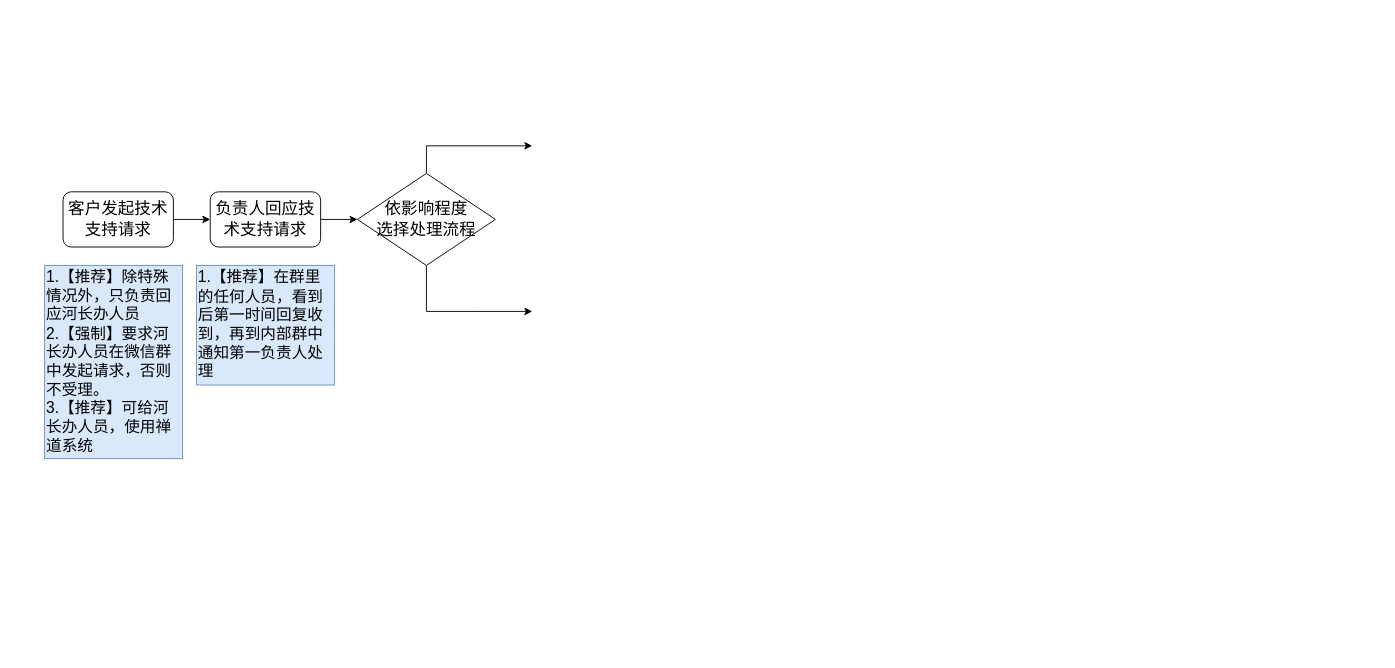
Before: Untitled Diagram.drawio in chbambooshoot/digram, a draw.io diagram. Source tidied: cells renumbered, new cells numbered last; positions are measured from the earlier drawing's top-left corner, leaving out a move shared by most shapes. Both pictures are drawn from the tidied source at 92%, with x=0, y=0 at pixel (44, 145).
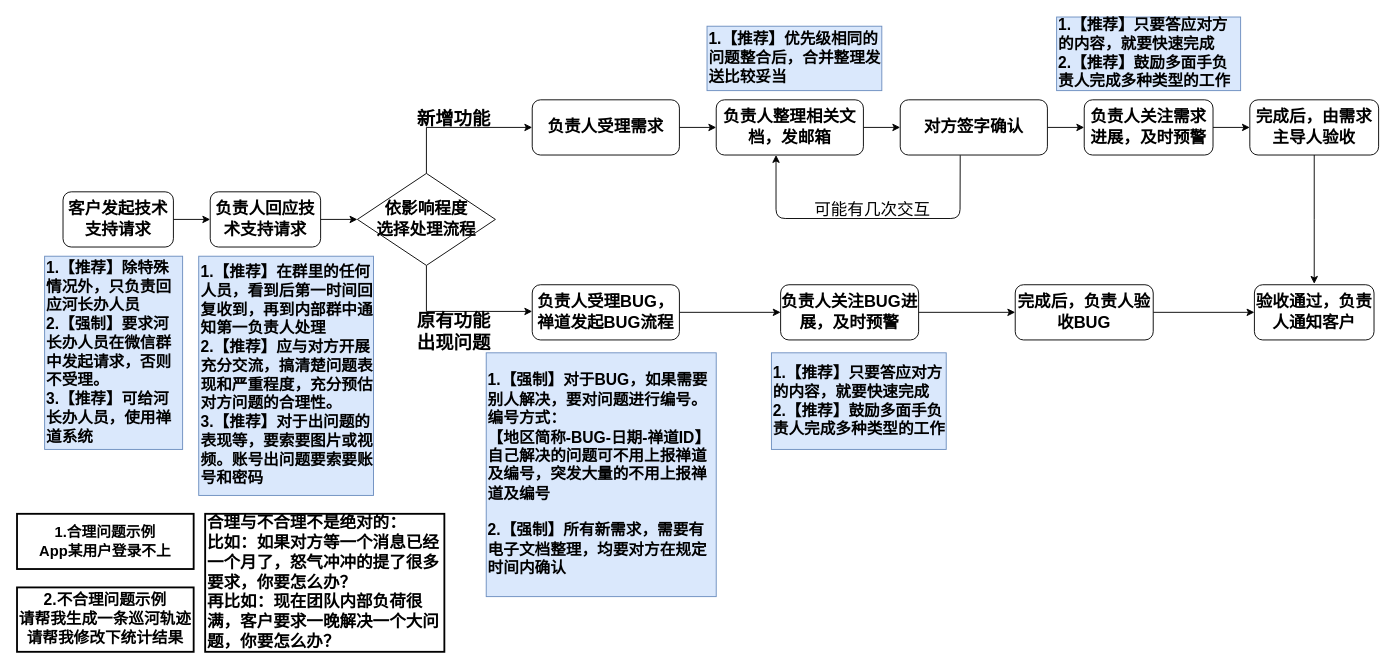
Above is the later version.

The edit, as a diff of the source:
```diff
@@
-    <mxCell id="2" style="edgeStyle=orthogonalEdgeStyle;rounded=0;jettySize=auto;html=1;" parent="1" edge="1" source="3" target="5">
+    <mxCell id="2" style="edgeStyle=orthogonalEdgeStyle;rounded=0;jettySize=auto;html=1;fontStyle=1;" parent="1" edge="1" source="3" target="5">
       <mxGeometry relative="1" as="geometry" />
     </mxCell>
-    <mxCell id="3" value="&lt;font style=&quot;font-size: 18px&quot;&gt;客户发起技术支持请求&lt;br&gt;&lt;/font&gt;" style="rounded=1;whiteSpace=wrap;html=1;" parent="1" vertex="1">
+    <mxCell id="3" value="&lt;font style=&quot;font-size: 18px&quot;&gt;客户发起技术支持请求&lt;br&gt;&lt;/font&gt;" style="rounded=1;whiteSpace=wrap;html=1;fontStyle=1;" parent="1" vertex="1">
       <mxGeometry x="20" y="50" width="120" height="60" as="geometry" />
     </mxCell>
-    <mxCell id="4" style="edgeStyle=orthogonalEdgeStyle;rounded=0;jettySize=auto;html=1;" parent="1" edge="1" source="5">
+    <mxCell id="4" style="edgeStyle=orthogonalEdgeStyle;rounded=0;jettySize=auto;html=1;fontStyle=1;" parent="1" edge="1" source="5">
       <mxGeometry relative="1" as="geometry">
         <mxPoint x="340" y="80" as="targetPoint" />
       </mxGeometry>
     </mxCell>
-    <mxCell id="5" value="&lt;font style=&quot;font-size: 18px&quot;&gt;负责人回应技术支持请求&lt;br&gt;&lt;/font&gt;" style="rounded=1;whiteSpace=wrap;html=1;" parent="1" vertex="1">
+    <mxCell id="5" value="&lt;font style=&quot;font-size: 18px&quot;&gt;负责人回应技术支持请求&lt;br&gt;&lt;/font&gt;" style="rounded=1;whiteSpace=wrap;html=1;fontStyle=1;" parent="1" vertex="1">
       <mxGeometry x="180" y="50" width="120" height="60" as="geometry" />
     </mxCell>
-    <mxCell id="6" style="edgeStyle=orthogonalEdgeStyle;rounded=0;jettySize=auto;html=1;" parent="1" edge="1" source="8">
+    <mxCell id="6" style="edgeStyle=orthogonalEdgeStyle;rounded=0;jettySize=auto;html=1;fontStyle=1;" parent="1" edge="1" source="8">
       <mxGeometry relative="1" as="geometry">
-        <mxPoint x="530" as="targetPoint" />
+        <mxPoint x="530" y="-20" as="targetPoint" />
         <Array as="points">
-          <mxPoint x="415" />
+          <mxPoint x="415" y="-20" />
+          <mxPoint x="530" y="-20" />
         </Array>
       </mxGeometry>
     </mxCell>
-    <mxCell id="7" style="edgeStyle=orthogonalEdgeStyle;rounded=0;jettySize=auto;html=1;" parent="1" edge="1" source="8">
+    <mxCell id="7" style="edgeStyle=orthogonalEdgeStyle;rounded=0;jettySize=auto;html=1;fontStyle=1;" parent="1" edge="1" source="8">
       <mxGeometry relative="1" as="geometry">
         <mxPoint x="530" y="180" as="targetPoint" />
         <Array as="points">
           <mxPoint x="415" y="180" />
           <mxPoint x="470" y="180" />
         </Array>
       </mxGeometry>
     </mxCell>
-    <mxCell id="8" value="&lt;span style=&quot;font-size: 18px&quot;&gt;依影响程度&lt;br&gt;选择处理流程&lt;br&gt;&lt;/span&gt;" style="rhombus;whiteSpace=wrap;html=1;" parent="1" vertex="1">
+    <mxCell id="8" value="&lt;span style=&quot;font-size: 18px&quot;&gt;依影响程度&lt;br&gt;选择处理流程&lt;br&gt;&lt;/span&gt;" style="rhombus;whiteSpace=wrap;html=1;fontStyle=1;" parent="1" vertex="1">
       <mxGeometry x="340" y="30" width="150" height="100" as="geometry" />
     </mxCell>
-    <mxCell id="9" value="&lt;font style=&quot;font-size: 17px&quot;&gt;1.【推荐】除特殊情况外，只负责回应河长办人员&lt;br&gt;2.【强制】要求河长办人员在微信群中发起请求，否则不受理。&lt;br&gt;3.【推荐】可给河长办人员，使用禅道系统&lt;br&gt;&lt;/font&gt;" style="rounded=0;whiteSpace=wrap;html=1;align=left;fillColor=#dae8fc;strokeColor=#6c8ebf;" parent="1" vertex="1">
-      <mxGeometry y="130" width="150" height="210" as="geometry" />
+    <mxCell id="9" value="&lt;font style=&quot;font-size: 17px&quot;&gt;1.【推荐】除特殊情况外，只负责回应河长办人员&lt;br&gt;2.【强制】要求河长办人员在微信群中发起请求，否则不受理。&lt;br&gt;3.【推荐】可给河长办人员，使用禅道系统&lt;br&gt;&lt;/font&gt;" style="rounded=0;whiteSpace=wrap;html=1;align=left;fillColor=#dae8fc;strokeColor=#6c8ebf;fontStyle=1;" parent="1" vertex="1">
+      <mxGeometry y="120" width="150" height="210" as="geometry" />
     </mxCell>
-    <mxCell id="10" value="&lt;font style=&quot;font-size: 17px&quot;&gt;1.【推荐】在群里的任何人员，看到后第一时间回复收到，再到内部群中通知第一负责人处理&lt;br&gt;&lt;/font&gt;" style="rounded=0;whiteSpace=wrap;html=1;align=left;fillColor=#dae8fc;strokeColor=#6c8ebf;" parent="1" vertex="1">
-      <mxGeometry x="165" y="130" width="150" height="130" as="geometry" />
+    <mxCell id="10" value="&lt;font style=&quot;font-size: 17px&quot;&gt;1.【推荐】在群里的任何人员，看到后第一时间回复收到，再到内部群中通知第一负责人处理&lt;br&gt;2.【推荐】应与对方开展充分交流，搞清楚问题表现和严重程度，充分预估对方问题的合理性。&lt;br&gt;3.【推荐】对于出问题的表现等，要索要图片或视频。账号出问题要索要账号和密码&lt;br&gt;&lt;/font&gt;" style="rounded=0;whiteSpace=wrap;html=1;align=left;fillColor=#dae8fc;strokeColor=#6c8ebf;fontStyle=1;" parent="1" vertex="1">
+      <mxGeometry x="167.5" y="120" width="190" height="260" as="geometry" />
     </mxCell>
+    <mxCell id="11" value="新增功能" style="text;html=1;strokeColor=none;fillColor=none;align=center;verticalAlign=middle;whiteSpace=wrap;rounded=0;fontSize=20;fontStyle=1;" parent="1" vertex="1">
+      <mxGeometry x="350" y="-40" width="190" height="20" as="geometry" />
+    </mxCell>
+    <mxCell id="12" value="原有功能&lt;br&gt;出现问题" style="text;html=1;strokeColor=none;fillColor=none;align=center;verticalAlign=middle;whiteSpace=wrap;rounded=0;fontSize=20;fontStyle=1;" parent="1" vertex="1">
+      <mxGeometry x="350" y="191" width="190" height="20" as="geometry" />
+    </mxCell>
+    <mxCell id="13" style="edgeStyle=orthogonalEdgeStyle;rounded=0;jettySize=auto;html=1;fontSize=20;fontStyle=1;" parent="1" edge="1" source="14" target="16">
+      <mxGeometry relative="1" as="geometry" />
+    </mxCell>
+    <mxCell id="14" value="&lt;font style=&quot;font-size: 18px&quot;&gt;负责人受理需求&lt;br&gt;&lt;/font&gt;" style="rounded=1;whiteSpace=wrap;html=1;fontStyle=1;" parent="1" vertex="1">
+      <mxGeometry x="530" y="-50" width="160" height="60" as="geometry" />
+    </mxCell>
+    <mxCell id="15" style="edgeStyle=orthogonalEdgeStyle;rounded=0;jettySize=auto;html=1;fontSize=20;fontStyle=1;" parent="1" edge="1" source="16" target="18">
+      <mxGeometry relative="1" as="geometry" />
+    </mxCell>
+    <mxCell id="16" value="&lt;font style=&quot;font-size: 18px&quot;&gt;负责人整理相关文档，发邮箱&lt;br&gt;&lt;/font&gt;" style="rounded=1;whiteSpace=wrap;html=1;fontStyle=1;" parent="1" vertex="1">
+      <mxGeometry x="730" y="-50" width="160" height="60" as="geometry" />
+    </mxCell>
+    <mxCell id="17" style="edgeStyle=orthogonalEdgeStyle;rounded=0;jettySize=auto;html=1;fontSize=20;fontStyle=1;" parent="1" edge="1" source="18" target="20">
+      <mxGeometry relative="1" as="geometry" />
+    </mxCell>
+    <mxCell id="18" value="&lt;font style=&quot;font-size: 18px&quot;&gt;对方签字确认&lt;br&gt;&lt;/font&gt;" style="rounded=1;whiteSpace=wrap;html=1;fontStyle=1;" parent="1" vertex="1">
+      <mxGeometry x="930" y="-50" width="160" height="60" as="geometry" />
+    </mxCell>
+    <mxCell id="19" style="edgeStyle=orthogonalEdgeStyle;rounded=0;jettySize=auto;html=1;fontSize=18;" parent="1" edge="1" source="20" target="22">
+      <mxGeometry relative="1" as="geometry" />
+    </mxCell>
+    <mxCell id="20" value="&lt;font style=&quot;font-size: 18px&quot;&gt;负责人关注需求进展，及时预警&lt;br&gt;&lt;/font&gt;" style="rounded=1;whiteSpace=wrap;html=1;fontStyle=1;" parent="1" vertex="1">
+      <mxGeometry x="1130" y="-50" width="140" height="60" as="geometry" />
+    </mxCell>
+    <mxCell id="21" style="edgeStyle=orthogonalEdgeStyle;rounded=0;jettySize=auto;html=1;fontSize=18;" parent="1" edge="1" source="22">
+      <mxGeometry relative="1" as="geometry">
+        <mxPoint x="1380" y="150" as="targetPoint" />
+      </mxGeometry>
+    </mxCell>
+    <mxCell id="22" value="&lt;font style=&quot;font-size: 18px&quot;&gt;完成后，由需求主导人验收&lt;br&gt;&lt;/font&gt;" style="rounded=1;whiteSpace=wrap;html=1;fontStyle=1;" parent="1" vertex="1">
+      <mxGeometry x="1310" y="-50" width="140" height="60" as="geometry" />
+    </mxCell>
+    <mxCell id="23" style="edgeStyle=orthogonalEdgeStyle;rounded=0;jettySize=auto;html=1;fontSize=20;fontStyle=1;" parent="1" edge="1" source="24" target="26">
+      <mxGeometry relative="1" as="geometry" />
+    </mxCell>
+    <mxCell id="24" value="&lt;font style=&quot;font-size: 18px&quot;&gt;负责人受理BUG，禅道发起BUG流程&lt;br&gt;&lt;/font&gt;" style="rounded=1;whiteSpace=wrap;html=1;fontStyle=1;" parent="1" vertex="1">
+      <mxGeometry x="530" y="151" width="160" height="60" as="geometry" />
+    </mxCell>
+    <mxCell id="25" style="edgeStyle=orthogonalEdgeStyle;rounded=0;jettySize=auto;html=1;fontSize=18;" parent="1" edge="1" source="26" target="28">
+      <mxGeometry relative="1" as="geometry" />
+    </mxCell>
+    <mxCell id="26" value="&lt;font style=&quot;font-size: 18px&quot;&gt;负责人关注BUG进展，及时预警&lt;br&gt;&lt;/font&gt;" style="rounded=1;whiteSpace=wrap;html=1;fontStyle=1;" parent="1" vertex="1">
+      <mxGeometry x="800" y="151" width="150" height="60" as="geometry" />
+    </mxCell>
+    <mxCell id="27" style="edgeStyle=orthogonalEdgeStyle;rounded=0;jettySize=auto;html=1;fontSize=18;" parent="1" edge="1" source="28" target="29">
+      <mxGeometry relative="1" as="geometry" />
+    </mxCell>
+    <mxCell id="28" value="&lt;font style=&quot;font-size: 18px&quot;&gt;完成后，负责人验收BUG&lt;br&gt;&lt;/font&gt;" style="rounded=1;whiteSpace=wrap;html=1;fontStyle=1;" parent="1" vertex="1">
+      <mxGeometry x="1055" y="151" width="150" height="60" as="geometry" />
+    </mxCell>
+    <mxCell id="29" value="&lt;font style=&quot;font-size: 18px&quot;&gt;验收通过，负责人通知客户&lt;br&gt;&lt;/font&gt;" style="rounded=1;whiteSpace=wrap;html=1;fontStyle=1;" parent="1" vertex="1">
+      <mxGeometry x="1315" y="151" width="130" height="60" as="geometry" />
+    </mxCell>
+    <mxCell id="30" value="&lt;font style=&quot;font-size: 17px&quot;&gt;1.【强制】对于BUG，如果需要别人解决，要对问题进行编号。编号方式：&lt;br&gt;【地区简称-BUG-日期-禅道ID】&lt;br&gt;自己解决的问题可不用上报禅道及编号，突发大量的不用上报禅道及编号&lt;br&gt;&lt;br&gt;2.【强制】所有新需求，需要有电子文档整理，均要对方在规定时间内确认&lt;br&gt;&lt;/font&gt;" style="rounded=0;whiteSpace=wrap;html=1;align=left;fillColor=#dae8fc;strokeColor=#6c8ebf;fontStyle=1;" parent="1" vertex="1">
+      <mxGeometry x="480" y="225" width="250" height="265" as="geometry" />
+    </mxCell>
+    <mxCell id="31" value="&lt;font style=&quot;font-size: 18px&quot;&gt;合理与不合理不是绝对的：&lt;br style=&quot;font-size: 18px&quot;&gt;比如：如果对方等一个消息已经一个月了，怒气冲冲的提了很多要求，你要怎么办？&lt;br style=&quot;font-size: 18px&quot;&gt;再比如：现在团队内部负荷很满，客户要求一晚解决一个大问题&lt;/font&gt;，你要怎么办？" style="rounded=0;whiteSpace=wrap;html=1;strokeWidth=2;fontStyle=1;fontSize=18;align=left;" parent="1" vertex="1">
+      <mxGeometry x="174.5" y="400" width="260" height="150" as="geometry" />
+    </mxCell>
+    <mxCell id="32" value="&lt;font style=&quot;font-size: 16px&quot;&gt;1.合理问题示例&lt;br style=&quot;font-size: 16px&quot;&gt;App某用户登录不上&lt;/font&gt;" style="rounded=0;whiteSpace=wrap;html=1;strokeWidth=2;fontStyle=1;fontSize=16;" parent="1" vertex="1">
+      <mxGeometry x="-30" y="400" width="192" height="60" as="geometry" />
+    </mxCell>
+    <mxCell id="33" value="&lt;font style=&quot;font-size: 17px&quot;&gt;2.不合理问题示例&lt;br style=&quot;font-size: 17px&quot;&gt;请帮我生成一条巡河轨迹&lt;br style=&quot;font-size: 17px&quot;&gt;请帮我修改下统计结果&lt;/font&gt;" style="rounded=0;whiteSpace=wrap;html=1;strokeWidth=2;fontStyle=1;fontSize=17;" parent="1" vertex="1">
+      <mxGeometry x="-30" y="480" width="192" height="70" as="geometry" />
+    </mxCell>
+    <mxCell id="34" value="&lt;font style=&quot;font-size: 17px&quot;&gt;1.【推荐】只要答应对方的内容，就要快速完成&lt;br&gt;2.【推荐】鼓励多面手负责人完成多种类型的工作&lt;br&gt;&lt;/font&gt;" style="rounded=0;whiteSpace=wrap;html=1;align=left;fillColor=#dae8fc;strokeColor=#6c8ebf;fontStyle=1;" parent="1" vertex="1">
+      <mxGeometry x="1100" y="-140" width="200" height="80" as="geometry" />
+    </mxCell>
+    <mxCell id="35" value="&lt;font style=&quot;font-size: 17px&quot;&gt;1.【推荐】只要答应对方的内容，就要快速完成&lt;br&gt;2.【推荐】鼓励多面手负责人完成多种类型的工作&lt;br&gt;&lt;/font&gt;" style="rounded=0;whiteSpace=wrap;html=1;align=left;fillColor=#dae8fc;strokeColor=#6c8ebf;fontStyle=1;" parent="1" vertex="1">
+      <mxGeometry x="790" y="225" width="190" height="105" as="geometry" />
+    </mxCell>
+    <mxCell id="36" value="&lt;font style=&quot;font-size: 17px&quot;&gt;1.【推荐】优先级相同的问题整合后，合并整理发送比较妥当&lt;br&gt;&lt;/font&gt;" style="rounded=0;whiteSpace=wrap;html=1;align=left;fillColor=#dae8fc;strokeColor=#6c8ebf;fontStyle=1;" parent="1" vertex="1">
+      <mxGeometry x="720" y="-130" width="190" height="70" as="geometry" />
+    </mxCell>
+    <mxCell id="37" style="endArrow=classic;html=1;fontSize=18;exitX=0.43;exitY=1.021;exitDx=0;exitDy=0;exitPerimeter=0;" parent="1" edge="1">
+      <mxGeometry relative="1" as="geometry">
+        <mxPoint x="995.2" y="10.3" as="sourcePoint" />
+        <mxPoint x="795" y="10" as="targetPoint" />
+        <Array as="points">
+          <mxPoint x="995" y="79" />
+          <mxPoint x="795" y="79" />
+        </Array>
+      </mxGeometry>
+    </mxCell>
+    <mxCell id="38" value="可能有几次交互" style="text;html=1;strokeColor=none;fillColor=none;align=center;verticalAlign=middle;whiteSpace=wrap;rounded=0;fontSize=18;" parent="1" vertex="1">
+      <mxGeometry x="830" y="60" width="140" height="20" as="geometry" />
+    </mxCell>
```
